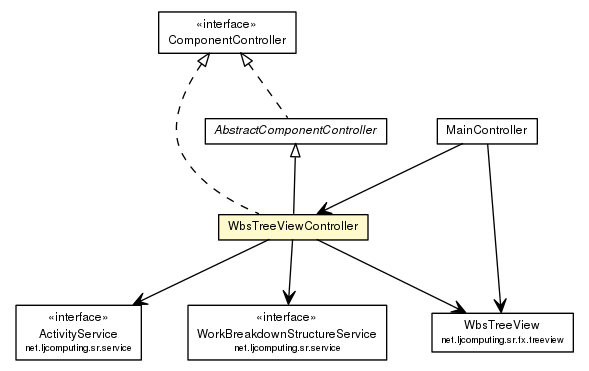
This is net.ljcomputing.status-reporter-2/docs/javadoc/apidocs/net/ljcomputing/sr/fx/controller/WbsTreeViewController.png from willmorejg/net.ljcomputing.sr2, a Graphviz export, as it was before one commit. Its source is kept beside it as net.ljcomputing.status-reporter-2/docs/javadoc/apidocs/net/ljcomputing/sr/fx/controller/WbsTreeViewController.dot. Source of this version:
```dot

digraph G {
	edge [fontname="Helvetica",fontsize=10,labelfontname="Helvetica",labelfontsize=10];
	node [fontname="Helvetica",fontsize=10,shape=plaintext];
	nodesep=0.25;
	ranksep=0.5;
	c7354 [label=<<table title="net.ljcomputing.sr.fx.treeview.WbsTreeView" border="0" cellborder="1" cellspacing="0" cellpadding="2" port="p" href="../treeview/WbsTreeView.html">
		<tr><td><table border="0" cellspacing="0" cellpadding="1">
<tr><td align="center" balign="center"> WbsTreeView </td></tr>
<tr><td align="center" balign="center"><font point-size="7.0"> net.ljcomputing.sr.fx.treeview </font></td></tr>
		</table></td></tr>
		</table>>, URL="../treeview/WbsTreeView.html", fontname="Helvetica", fontcolor="black", fontsize=9.0];
	c7358 [label=<<table title="net.ljcomputing.sr.fx.controller.WbsTreeViewController" border="0" cellborder="1" cellspacing="0" cellpadding="2" port="p" bgcolor="lemonChiffon" href="./WbsTreeViewController.html">
		<tr><td><table border="0" cellspacing="0" cellpadding="1">
<tr><td align="center" balign="center"> WbsTreeViewController </td></tr>
		</table></td></tr>
		</table>>, URL="./WbsTreeViewController.html", fontname="Helvetica", fontcolor="black", fontsize=9.0];
	c7359 [label=<<table title="net.ljcomputing.sr.fx.controller.AbstractComponentController" border="0" cellborder="1" cellspacing="0" cellpadding="2" port="p" href="./AbstractComponentController.html">
		<tr><td><table border="0" cellspacing="0" cellpadding="1">
<tr><td align="center" balign="center"><font face="Helvetica-Oblique"> AbstractComponentController </font></td></tr>
		</table></td></tr>
		</table>>, URL="./AbstractComponentController.html", fontname="Helvetica", fontcolor="black", fontsize=9.0];
	c7361 [label=<<table title="net.ljcomputing.sr.fx.controller.ComponentController" border="0" cellborder="1" cellspacing="0" cellpadding="2" port="p" href="./ComponentController.html">
		<tr><td><table border="0" cellspacing="0" cellpadding="1">
<tr><td align="center" balign="center"> &#171;interface&#187; </td></tr>
<tr><td align="center" balign="center"> ComponentController </td></tr>
		</table></td></tr>
		</table>>, URL="./ComponentController.html", fontname="Helvetica", fontcolor="black", fontsize=9.0];
	c7362 [label=<<table title="net.ljcomputing.sr.fx.controller.MainController" border="0" cellborder="1" cellspacing="0" cellpadding="2" port="p" href="./MainController.html">
		<tr><td><table border="0" cellspacing="0" cellpadding="1">
<tr><td align="center" balign="center"> MainController </td></tr>
		</table></td></tr>
		</table>>, URL="./MainController.html", fontname="Helvetica", fontcolor="black", fontsize=9.0];
	c7375 [label=<<table title="net.ljcomputing.sr.service.ActivityService" border="0" cellborder="1" cellspacing="0" cellpadding="2" port="p" href="../../service/ActivityService.html">
		<tr><td><table border="0" cellspacing="0" cellpadding="1">
<tr><td align="center" balign="center"> &#171;interface&#187; </td></tr>
<tr><td align="center" balign="center"> ActivityService </td></tr>
<tr><td align="center" balign="center"><font point-size="7.0"> net.ljcomputing.sr.service </font></td></tr>
		</table></td></tr>
		</table>>, URL="../../service/ActivityService.html", fontname="Helvetica", fontcolor="black", fontsize=9.0];
	c7376 [label=<<table title="net.ljcomputing.sr.service.WorkBreakdownStructureService" border="0" cellborder="1" cellspacing="0" cellpadding="2" port="p" href="../../service/WorkBreakdownStructureService.html">
		<tr><td><table border="0" cellspacing="0" cellpadding="1">
<tr><td align="center" balign="center"> &#171;interface&#187; </td></tr>
<tr><td align="center" balign="center"> WorkBreakdownStructureService </td></tr>
<tr><td align="center" balign="center"><font point-size="7.0"> net.ljcomputing.sr.service </font></td></tr>
		</table></td></tr>
		</table>>, URL="../../service/WorkBreakdownStructureService.html", fontname="Helvetica", fontcolor="black", fontsize=9.0];
	c7359:p -> c7358:p [dir=back,arrowtail=empty];
	c7361:p -> c7358:p [dir=back,arrowtail=empty,style=dashed];
	c7361:p -> c7359:p [dir=back,arrowtail=empty,style=dashed];
	c7358:p -> c7354:p [taillabel="", label="", headlabel="", fontname="Helvetica", fontcolor="black", fontsize=10.0, color="black", arrowhead=open];
	c7358:p -> c7376:p [taillabel="", label="", headlabel="", fontname="Helvetica", fontcolor="black", fontsize=10.0, color="black", arrowhead=open];
	c7358:p -> c7375:p [taillabel="", label="", headlabel="", fontname="Helvetica", fontcolor="black", fontsize=10.0, color="black", arrowhead=open];
	c7362:p -> c7354:p [taillabel="", label="", headlabel="", fontname="Helvetica", fontcolor="black", fontsize=10.0, color="black", arrowhead=open];
	c7362:p -> c7358:p [taillabel="", label="", headlabel="", fontname="Helvetica", fontcolor="black", fontsize=10.0, color="black", arrowhead=open];
}
```
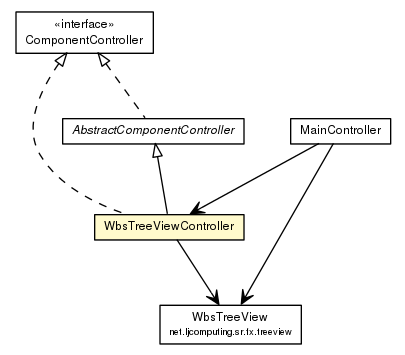
After the change.

Change to the diagram source:
```diff
@@ -4,53 +4,37 @@
 	node [fontname="Helvetica",fontsize=10,shape=plaintext];
 	nodesep=0.25;
 	ranksep=0.5;
-	c7354 [label=<<table title="net.ljcomputing.sr.fx.treeview.WbsTreeView" border="0" cellborder="1" cellspacing="0" cellpadding="2" port="p" href="../treeview/WbsTreeView.html">
+	c1531 [label=<<table title="net.ljcomputing.sr.fx.treeview.WbsTreeView" border="0" cellborder="1" cellspacing="0" cellpadding="2" port="p" href="../treeview/WbsTreeView.html">
 		<tr><td><table border="0" cellspacing="0" cellpadding="1">
 <tr><td align="center" balign="center"> WbsTreeView </td></tr>
 <tr><td align="center" balign="center"><font point-size="7.0"> net.ljcomputing.sr.fx.treeview </font></td></tr>
 		</table></td></tr>
 		</table>>, URL="../treeview/WbsTreeView.html", fontname="Helvetica", fontcolor="black", fontsize=9.0];
-	c7358 [label=<<table title="net.ljcomputing.sr.fx.controller.WbsTreeViewController" border="0" cellborder="1" cellspacing="0" cellpadding="2" port="p" bgcolor="lemonChiffon" href="./WbsTreeViewController.html">
+	c1535 [label=<<table title="net.ljcomputing.sr.fx.controller.WbsTreeViewController" border="0" cellborder="1" cellspacing="0" cellpadding="2" port="p" bgcolor="lemonChiffon" href="./WbsTreeViewController.html">
 		<tr><td><table border="0" cellspacing="0" cellpadding="1">
 <tr><td align="center" balign="center"> WbsTreeViewController </td></tr>
 		</table></td></tr>
 		</table>>, URL="./WbsTreeViewController.html", fontname="Helvetica", fontcolor="black", fontsize=9.0];
-	c7359 [label=<<table title="net.ljcomputing.sr.fx.controller.AbstractComponentController" border="0" cellborder="1" cellspacing="0" cellpadding="2" port="p" href="./AbstractComponentController.html">
+	c1536 [label=<<table title="net.ljcomputing.sr.fx.controller.AbstractComponentController" border="0" cellborder="1" cellspacing="0" cellpadding="2" port="p" href="./AbstractComponentController.html">
 		<tr><td><table border="0" cellspacing="0" cellpadding="1">
 <tr><td align="center" balign="center"><font face="Helvetica-Oblique"> AbstractComponentController </font></td></tr>
 		</table></td></tr>
 		</table>>, URL="./AbstractComponentController.html", fontname="Helvetica", fontcolor="black", fontsize=9.0];
-	c7361 [label=<<table title="net.ljcomputing.sr.fx.controller.ComponentController" border="0" cellborder="1" cellspacing="0" cellpadding="2" port="p" href="./ComponentController.html">
+	c1538 [label=<<table title="net.ljcomputing.sr.fx.controller.ComponentController" border="0" cellborder="1" cellspacing="0" cellpadding="2" port="p" href="./ComponentController.html">
 		<tr><td><table border="0" cellspacing="0" cellpadding="1">
 <tr><td align="center" balign="center"> &#171;interface&#187; </td></tr>
 <tr><td align="center" balign="center"> ComponentController </td></tr>
 		</table></td></tr>
 		</table>>, URL="./ComponentController.html", fontname="Helvetica", fontcolor="black", fontsize=9.0];
-	c7362 [label=<<table title="net.ljcomputing.sr.fx.controller.MainController" border="0" cellborder="1" cellspacing="0" cellpadding="2" port="p" href="./MainController.html">
+	c1539 [label=<<table title="net.ljcomputing.sr.fx.controller.MainController" border="0" cellborder="1" cellspacing="0" cellpadding="2" port="p" href="./MainController.html">
 		<tr><td><table border="0" cellspacing="0" cellpadding="1">
 <tr><td align="center" balign="center"> MainController </td></tr>
 		</table></td></tr>
 		</table>>, URL="./MainController.html", fontname="Helvetica", fontcolor="black", fontsize=9.0];
-	c7375 [label=<<table title="net.ljcomputing.sr.service.ActivityService" border="0" cellborder="1" cellspacing="0" cellpadding="2" port="p" href="../../service/ActivityService.html">
-		<tr><td><table border="0" cellspacing="0" cellpadding="1">
-<tr><td align="center" balign="center"> &#171;interface&#187; </td></tr>
-<tr><td align="center" balign="center"> ActivityService </td></tr>
-<tr><td align="center" balign="center"><font point-size="7.0"> net.ljcomputing.sr.service </font></td></tr>
-		</table></td></tr>
-		</table>>, URL="../../service/ActivityService.html", fontname="Helvetica", fontcolor="black", fontsize=9.0];
-	c7376 [label=<<table title="net.ljcomputing.sr.service.WorkBreakdownStructureService" border="0" cellborder="1" cellspacing="0" cellpadding="2" port="p" href="../../service/WorkBreakdownStructureService.html">
-		<tr><td><table border="0" cellspacing="0" cellpadding="1">
-<tr><td align="center" balign="center"> &#171;interface&#187; </td></tr>
-<tr><td align="center" balign="center"> WorkBreakdownStructureService </td></tr>
-<tr><td align="center" balign="center"><font point-size="7.0"> net.ljcomputing.sr.service </font></td></tr>
-		</table></td></tr>
-		</table>>, URL="../../service/WorkBreakdownStructureService.html", fontname="Helvetica", fontcolor="black", fontsize=9.0];
-	c7359:p -> c7358:p [dir=back,arrowtail=empty];
-	c7361:p -> c7358:p [dir=back,arrowtail=empty,style=dashed];
-	c7361:p -> c7359:p [dir=back,arrowtail=empty,style=dashed];
-	c7358:p -> c7354:p [taillabel="", label="", headlabel="", fontname="Helvetica", fontcolor="black", fontsize=10.0, color="black", arrowhead=open];
-	c7358:p -> c7376:p [taillabel="", label="", headlabel="", fontname="Helvetica", fontcolor="black", fontsize=10.0, color="black", arrowhead=open];
-	c7358:p -> c7375:p [taillabel="", label="", headlabel="", fontname="Helvetica", fontcolor="black", fontsize=10.0, color="black", arrowhead=open];
-	c7362:p -> c7354:p [taillabel="", label="", headlabel="", fontname="Helvetica", fontcolor="black", fontsize=10.0, color="black", arrowhead=open];
-	c7362:p -> c7358:p [taillabel="", label="", headlabel="", fontname="Helvetica", fontcolor="black", fontsize=10.0, color="black", arrowhead=open];
+	c1536:p -> c1535:p [dir=back,arrowtail=empty];
+	c1538:p -> c1535:p [dir=back,arrowtail=empty,style=dashed];
+	c1538:p -> c1536:p [dir=back,arrowtail=empty,style=dashed];
+	c1535:p -> c1531:p [taillabel="", label="", headlabel="", fontname="Helvetica", fontcolor="black", fontsize=10.0, color="black", arrowhead=open];
+	c1539:p -> c1531:p [taillabel="", label="", headlabel="", fontname="Helvetica", fontcolor="black", fontsize=10.0, color="black", arrowhead=open];
+	c1539:p -> c1535:p [taillabel="", label="", headlabel="", fontname="Helvetica", fontcolor="black", fontsize=10.0, color="black", arrowhead=open];
 }
```
